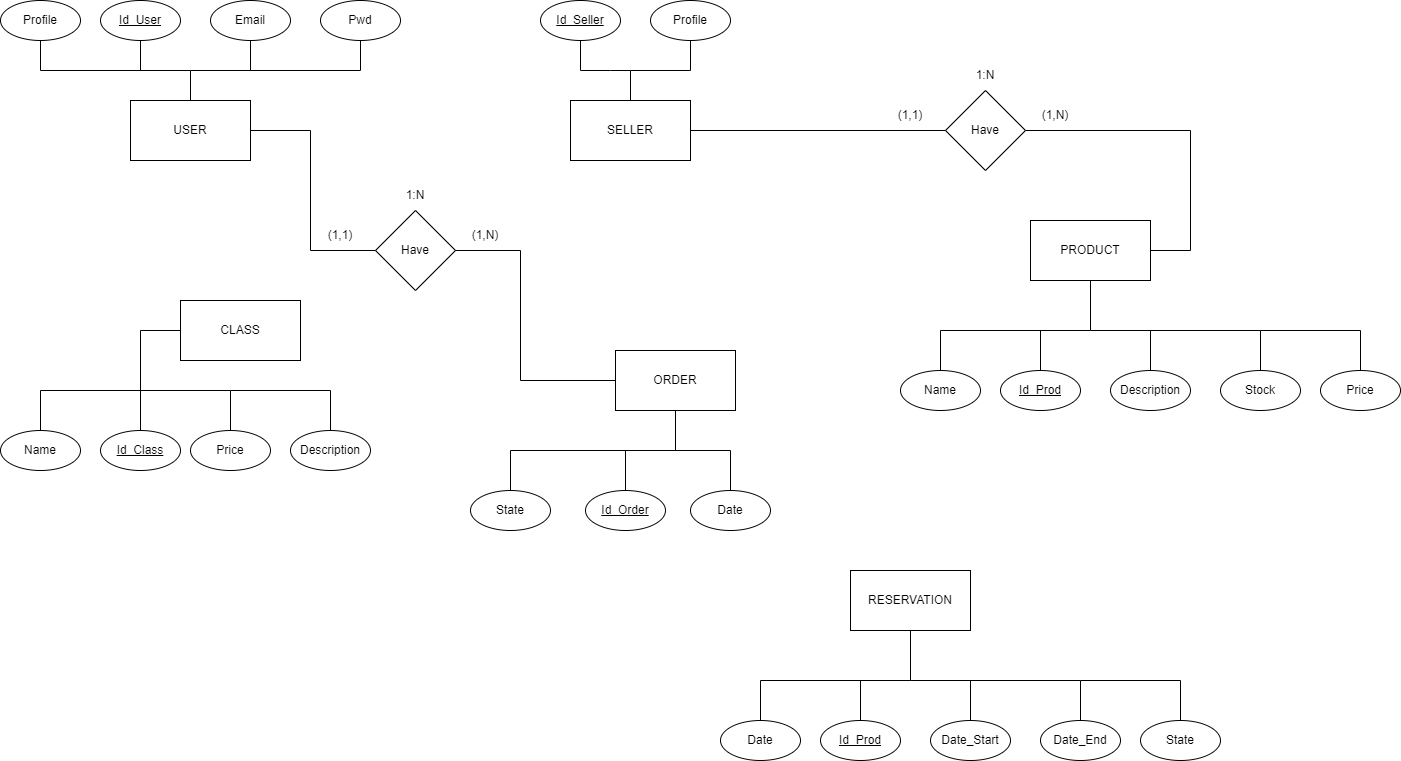
This is Entidad-Relacion.drawio.png from OscarELCRACK17/imagen, a draw.io export, as it was before one commit. Source tidied: cells renumbered, new cells last; positions are measured from the earlier drawing's top-left corner, leaving out a move shared by most shapes.
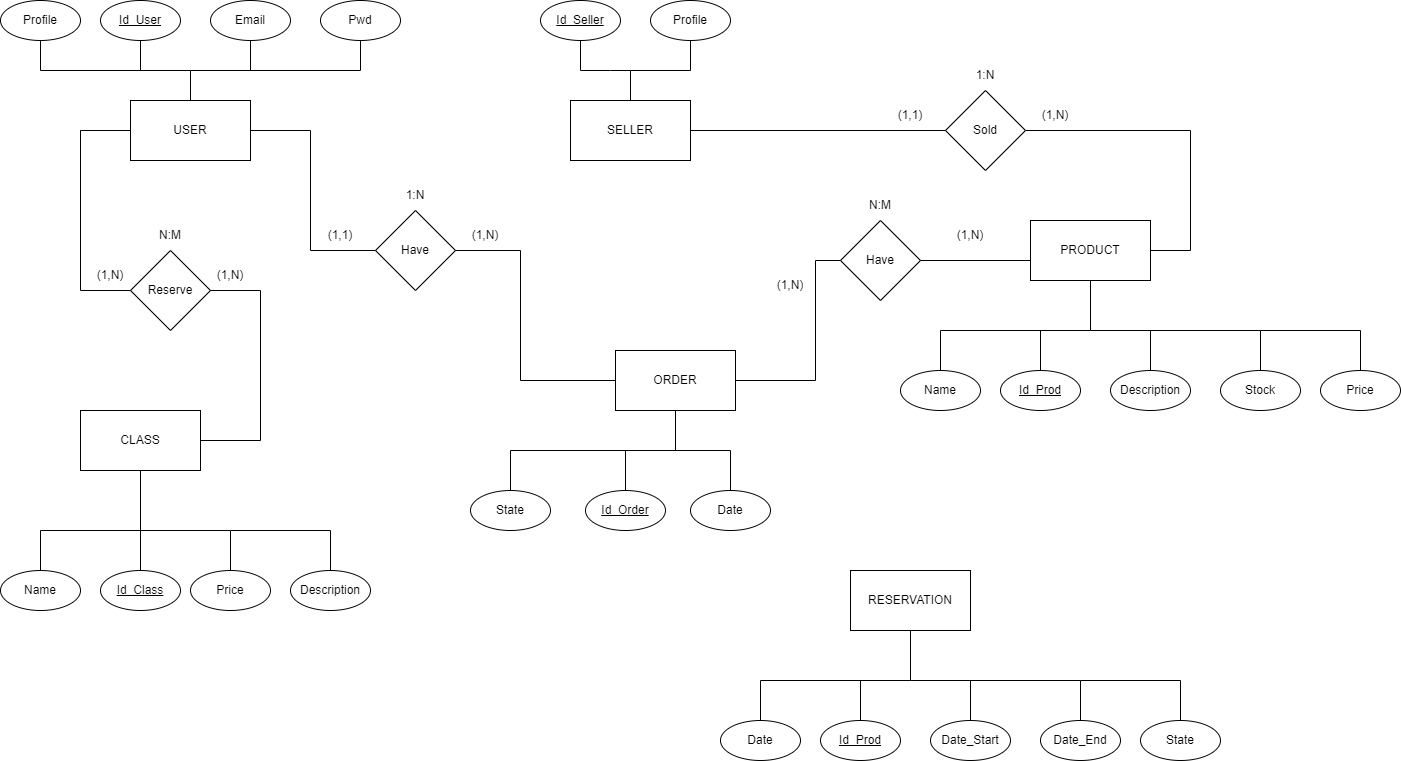
The same file after the commit.

Diff of the diagram source:
```diff
@@ -169,50 +169,50 @@
       </mxGeometry>
     </mxCell>
     <mxCell id="36" value="CLASS" style="rounded=0;whiteSpace=wrap;html=1;flipH=0;" parent="1" vertex="1">
-      <mxGeometry x="180" y="300" width="120" height="60" as="geometry" />
+      <mxGeometry x="80" y="410" width="120" height="60" as="geometry" />
     </mxCell>
     <mxCell id="37" value="Description" style="ellipse;whiteSpace=wrap;html=1;flipH=0;" parent="1" vertex="1">
-      <mxGeometry x="290" y="430" width="80" height="40" as="geometry" />
+      <mxGeometry x="290" y="570" width="80" height="40" as="geometry" />
     </mxCell>
     <mxCell id="38" value="&lt;u style=&quot;border-color: var(--border-color);&quot;&gt;Id_Class&lt;/u&gt;" style="ellipse;whiteSpace=wrap;html=1;flipH=0;" parent="1" vertex="1">
-      <mxGeometry x="100" y="430" width="80" height="40" as="geometry" />
+      <mxGeometry x="100" y="570" width="80" height="40" as="geometry" />
     </mxCell>
     <mxCell id="39" value="Name" style="ellipse;whiteSpace=wrap;html=1;flipH=0;" parent="1" vertex="1">
-      <mxGeometry y="430" width="80" height="40" as="geometry" />
+      <mxGeometry y="570" width="80" height="40" as="geometry" />
     </mxCell>
-    <mxCell id="40" style="endArrow=none;html=1;rounded=0;entryX=0.5;entryY=0;entryDx=0;entryDy=0;exitX=0;exitY=0.5;exitDx=0;exitDy=0;" parent="1" edge="1" source="36" target="39">
+    <mxCell id="40" style="endArrow=none;html=1;rounded=0;entryX=0.5;entryY=0;entryDx=0;entryDy=0;exitX=0.5;exitY=1;exitDx=0;exitDy=0;" parent="1" edge="1" source="36" target="39">
       <mxGeometry relative="1" as="geometry">
         <Array as="points">
-          <mxPoint x="140" y="330" />
-          <mxPoint x="140" y="390" />
-          <mxPoint x="40" y="390" />
+          <mxPoint x="140" y="470" />
+          <mxPoint x="140" y="530" />
+          <mxPoint x="40" y="530" />
         </Array>
       </mxGeometry>
     </mxCell>
     <mxCell id="41" style="endArrow=none;html=1;rounded=0;entryX=0.5;entryY=0;entryDx=0;entryDy=0;" parent="1" edge="1" target="38">
       <mxGeometry relative="1" as="geometry">
-        <mxPoint x="140" y="350" as="sourcePoint" />
+        <mxPoint x="140" y="490" as="sourcePoint" />
         <Array as="points">
-          <mxPoint x="140" y="390" />
+          <mxPoint x="140" y="530" />
         </Array>
       </mxGeometry>
     </mxCell>
     <mxCell id="42" style="endArrow=none;html=1;rounded=0;entryX=0.5;entryY=0;entryDx=0;entryDy=0;" parent="1" edge="1" target="37">
       <mxGeometry relative="1" as="geometry">
-        <mxPoint x="230" y="390" as="sourcePoint" />
+        <mxPoint x="230" y="530" as="sourcePoint" />
         <Array as="points">
-          <mxPoint x="330" y="390" />
+          <mxPoint x="330" y="530" />
         </Array>
       </mxGeometry>
     </mxCell>
     <mxCell id="43" value="Price" style="ellipse;whiteSpace=wrap;html=1;flipH=0;" parent="1" vertex="1">
-      <mxGeometry x="190" y="430" width="80" height="40" as="geometry" />
+      <mxGeometry x="190" y="570" width="80" height="40" as="geometry" />
     </mxCell>
     <mxCell id="44" style="endArrow=none;html=1;rounded=0;entryX=0.5;entryY=0;entryDx=0;entryDy=0;" parent="1" edge="1" target="43">
       <mxGeometry relative="1" as="geometry">
-        <mxPoint x="140" y="390" as="sourcePoint" />
+        <mxPoint x="140" y="530" as="sourcePoint" />
         <Array as="points">
-          <mxPoint x="230" y="390" />
+          <mxPoint x="230" y="530" />
         </Array>
       </mxGeometry>
     </mxCell>
@@ -300,7 +300,7 @@
     <mxCell id="61" value="1:N" style="text;html=1;strokeColor=none;fillColor=none;align=center;verticalAlign=middle;whiteSpace=wrap;rounded=0;" parent="1" vertex="1">
       <mxGeometry x="385" y="180" width="60" height="30" as="geometry" />
     </mxCell>
-    <mxCell id="62" value="Have" style="rhombus;whiteSpace=wrap;html=1;" parent="1" vertex="1">
+    <mxCell id="62" value="Sold" style="rhombus;whiteSpace=wrap;html=1;" parent="1" vertex="1">
       <mxGeometry x="945" y="90" width="80" height="80" as="geometry" />
     </mxCell>
     <mxCell id="63" value="(1,N)" style="text;html=1;strokeColor=none;fillColor=none;align=center;verticalAlign=middle;whiteSpace=wrap;rounded=0;" parent="1" vertex="1">
@@ -323,5 +323,66 @@
         </Array>
       </mxGeometry>
     </mxCell>
+    <mxCell id="68" value="Have" style="rhombus;whiteSpace=wrap;html=1;flipH=1;" parent="1" vertex="1">
+      <mxGeometry x="840" y="220" width="80" height="80" as="geometry" />
+    </mxCell>
+    <mxCell id="69" style="endArrow=none;html=1;rounded=0;entryX=1;entryY=0.5;entryDx=0;entryDy=0;exitX=0;exitY=0.5;exitDx=0;exitDy=0;" parent="1" edge="1" source="68" target="29">
+      <mxGeometry relative="1" as="geometry">
+        <Array as="points">
+          <mxPoint x="815" y="260" />
+          <mxPoint x="815" y="380" />
+        </Array>
+      </mxGeometry>
+    </mxCell>
+    <mxCell id="70" value="(1,N)" style="text;html=1;strokeColor=none;fillColor=none;align=center;verticalAlign=middle;whiteSpace=wrap;rounded=0;flipH=1;" parent="1" vertex="1">
+      <mxGeometry x="940" y="220" width="60" height="30" as="geometry" />
+    </mxCell>
+    <mxCell id="71" value="N:M" style="text;html=1;strokeColor=none;fillColor=none;align=center;verticalAlign=middle;whiteSpace=wrap;rounded=0;flipH=1;" parent="1" vertex="1">
+      <mxGeometry x="850" y="190" width="60" height="30" as="geometry" />
+    </mxCell>
+    <mxCell id="72" value="(1,N)" style="text;html=1;strokeColor=none;fillColor=none;align=center;verticalAlign=middle;whiteSpace=wrap;rounded=0;flipH=1;" parent="1" vertex="1">
+      <mxGeometry x="760" y="270" width="60" height="30" as="geometry" />
+    </mxCell>
+    <mxCell id="73" style="endArrow=none;html=1;rounded=0;" parent="1" edge="1">
+      <mxGeometry relative="1" as="geometry">
+        <mxPoint x="920" y="260" as="sourcePoint" />
+        <mxPoint x="1030" y="260" as="targetPoint" />
+      </mxGeometry>
+    </mxCell>
+    <mxCell id="74" value="Reserve" style="rhombus;whiteSpace=wrap;html=1;" parent="1" vertex="1">
+      <mxGeometry x="130" y="250" width="80" height="80" as="geometry" />
+    </mxCell>
+    <mxCell id="75" style="endArrow=none;html=1;rounded=0;entryX=1;entryY=0.5;entryDx=0;entryDy=0;" parent="1" edge="1" target="74">
+      <mxGeometry relative="1" as="geometry">
+        <mxPoint x="200" y="440" as="sourcePoint" />
+        <Array as="points">
+          <mxPoint x="260" y="440" />
+          <mxPoint x="260" y="290" />
+        </Array>
+      </mxGeometry>
+    </mxCell>
+    <mxCell id="76" style="endArrow=none;html=1;rounded=0;exitX=0;exitY=0.5;exitDx=0;exitDy=0;" parent="1" edge="1" source="79">
+      <mxGeometry relative="1" as="geometry">
+        <mxPoint x="130" y="290" as="targetPoint" />
+        <Array as="points">
+          <mxPoint x="80" y="130" />
+          <mxPoint x="80" y="290" />
+        </Array>
+      </mxGeometry>
+    </mxCell>
+    <mxCell id="77" value="(1,N)" style="text;html=1;strokeColor=none;fillColor=none;align=center;verticalAlign=middle;whiteSpace=wrap;rounded=0;flipH=1;" parent="1" vertex="1">
+      <mxGeometry x="200" y="260" width="60" height="30" as="geometry" />
+    </mxCell>
+    <mxCell id="78" style="endArrow=none;html=1;rounded=0;exitX=0;exitY=0.5;exitDx=0;exitDy=0;" parent="1" edge="1" source="2">
+      <mxGeometry relative="1" as="geometry">
+        <mxPoint x="80" y="130" as="targetPoint" />
+      </mxGeometry>
+    </mxCell>
+    <mxCell id="79" value="(1,N)" style="text;html=1;strokeColor=none;fillColor=none;align=center;verticalAlign=middle;whiteSpace=wrap;rounded=0;flipH=1;" parent="1" vertex="1">
+      <mxGeometry x="80" y="260" width="60" height="30" as="geometry" />
+    </mxCell>
+    <mxCell id="80" value="N:M" style="text;html=1;strokeColor=none;fillColor=none;align=center;verticalAlign=middle;whiteSpace=wrap;rounded=0;flipH=1;" parent="1" vertex="1">
+      <mxGeometry x="140" y="220" width="60" height="30" as="geometry" />
+    </mxCell>
   </root>
 </mxGraphModel>
```
